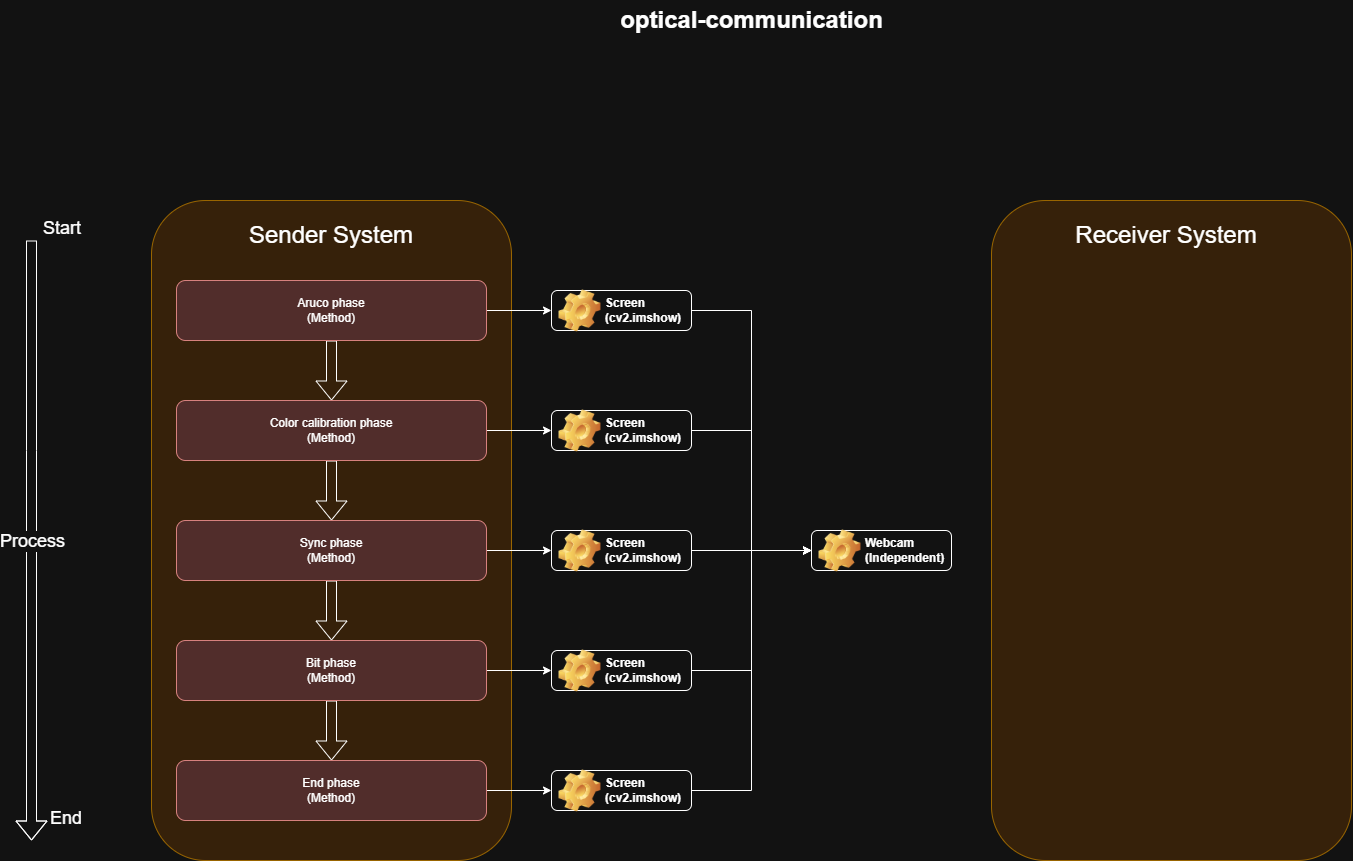
The draw.io diagram maps/optical-communication.png in Loadofspaghetti/Optical-Communication, before a commit. Source tidied: cells renumbered, new cells last; positions are measured from the earlier drawing's top-left corner, leaving out a move shared by most shapes.
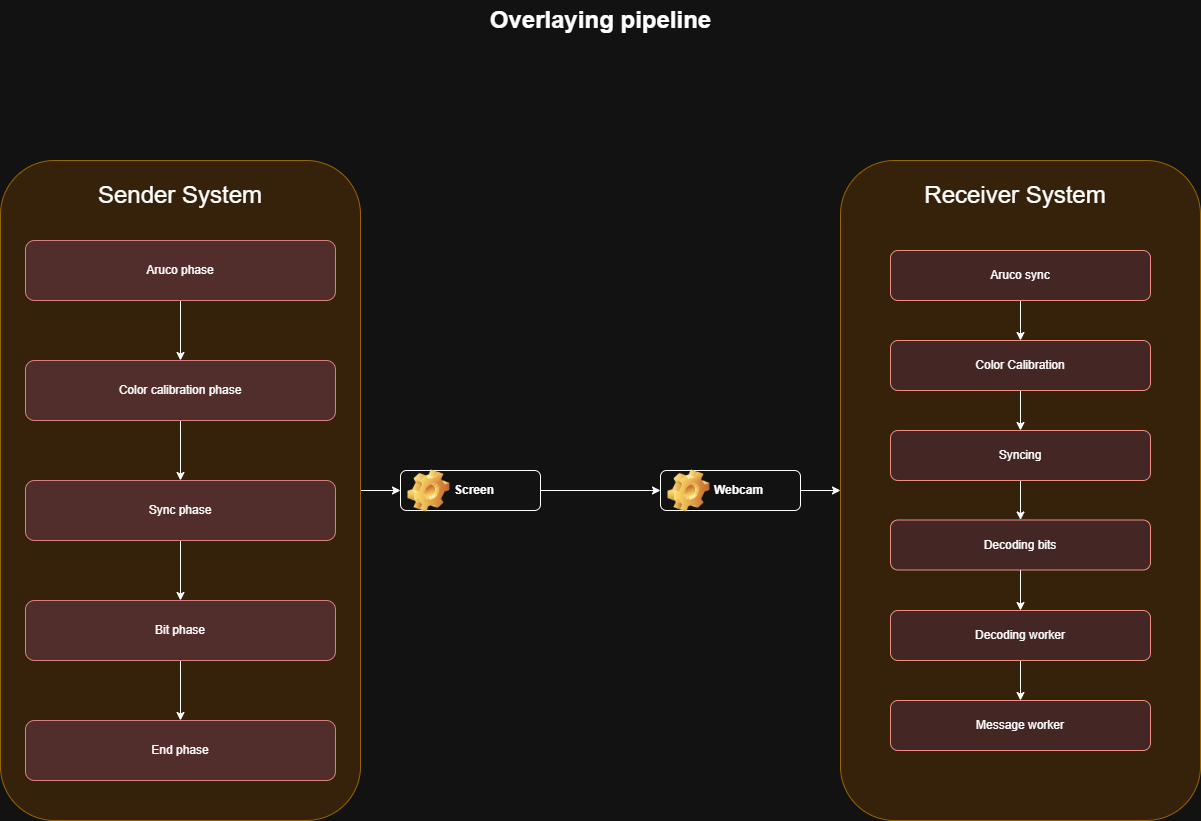
The same file after the commit.

The edit, as a diff of the source:
```diff
@@ -2,117 +2,95 @@
   <root>
     <mxCell id="0" />
     <mxCell id="1" parent="0" />
-    <mxCell id="2" value="optical-communication" style="text;strokeColor=none;fillColor=none;html=1;fontSize=24;fontStyle=1;verticalAlign=middle;align=center;" parent="1" vertex="1">
-      <mxGeometry x="670" width="100" height="40" as="geometry" />
+    <mxCell id="2" value="Overlaying pipeline" style="text;strokeColor=none;fillColor=none;html=1;fontSize=24;fontStyle=1;verticalAlign=middle;align=center;" parent="1" vertex="1">
+      <mxGeometry x="670" y="40" width="100" height="40" as="geometry" />
     </mxCell>
+    <mxCell id="36" style="edgeStyle=orthogonalEdgeStyle;rounded=0;jettySize=auto;html=1;exitX=1;exitY=0.5;exitDx=0;exitDy=0;entryX=0;entryY=0.5;entryDx=0;entryDy=0;" parent="1" edge="1" source="3" target="30">
+      <mxGeometry relative="1" as="geometry" />
+    </mxCell>
-    <mxCell id="3" value="Webcam&lt;div&gt;(Independent)&lt;/div&gt;" style="label;whiteSpace=wrap;html=1;image=img/clipart/Gear_128x128.png;" parent="1" vertex="1">
-      <mxGeometry x="780" y="530" width="140" height="40" as="geometry" />
+    <mxCell id="3" value="Webcam" style="label;whiteSpace=wrap;html=1;image=img/clipart/Gear_128x128.png;" parent="1" vertex="1">
+      <mxGeometry x="780" y="510" width="140" height="40" as="geometry" />
     </mxCell>
+    <mxCell id="37" style="edgeStyle=orthogonalEdgeStyle;rounded=0;jettySize=auto;html=1;exitX=1;exitY=0.5;exitDx=0;exitDy=0;entryX=0;entryY=0.5;entryDx=0;entryDy=0;" parent="1" edge="1" source="4" target="25">
+      <mxGeometry relative="1" as="geometry" />
+    </mxCell>
     <mxCell id="4" style="rounded=1;whiteSpace=wrap;html=1;fillColor=#ffe6cc;strokeColor=#d79b00;horizontal=1;fontStyle=1;spacingTop=1;" parent="1" vertex="1">
       <mxGeometry x="120" y="200" width="360" height="660" as="geometry" />
     </mxCell>
-    <mxCell id="5" style="edgeStyle=orthogonalEdgeStyle;rounded=0;jettySize=auto;html=1;exitX=1;exitY=0.5;exitDx=0;exitDy=0;entryX=0;entryY=0.5;entryDx=0;entryDy=0;" parent="1" edge="1" source="6" target="3">
-      <mxGeometry relative="1" as="geometry" />
-    </mxCell>
-    <mxCell id="6" value="Screen&lt;div&gt;(cv2.imshow)&lt;/div&gt;" style="label;whiteSpace=wrap;html=1;image=img/clipart/Gear_128x128.png;" parent="1" vertex="1">
-      <mxGeometry x="520" y="290" width="140" height="40" as="geometry" />
-    </mxCell>
-    <mxCell id="7" style="edgeStyle=orthogonalEdgeStyle;rounded=0;jettySize=auto;html=1;exitX=0.5;exitY=1;exitDx=0;exitDy=0;entryX=0.5;entryY=0;entryDx=0;entryDy=0;shape=flexArrow;" parent="1" edge="1" source="9" target="12">
+    <mxCell id="7" style="edgeStyle=orthogonalEdgeStyle;rounded=0;jettySize=auto;html=1;exitX=0.5;exitY=1;exitDx=0;exitDy=0;entryX=0.5;entryY=0;entryDx=0;entryDy=0;" parent="1" edge="1" source="9" target="12">
       <mxGeometry relative="1" as="geometry" />
     </mxCell>
-    <mxCell id="8" style="edgeStyle=orthogonalEdgeStyle;rounded=0;jettySize=auto;html=1;exitX=1;exitY=0.5;exitDx=0;exitDy=0;entryX=0;entryY=0.5;entryDx=0;entryDy=0;" parent="1" edge="1" source="9" target="6">
-      <mxGeometry relative="1" as="geometry" />
-    </mxCell>
-    <mxCell id="9" value="Aruco phase&lt;div&gt;(Method)&lt;/div&gt;" style="rounded=1;whiteSpace=wrap;html=1;fillColor=#f8cecc;strokeColor=#b85450;" parent="1" vertex="1">
+    <mxCell id="9" value="Aruco phase" style="rounded=1;whiteSpace=wrap;html=1;fillColor=#f8cecc;strokeColor=#b85450;" parent="1" vertex="1">
       <mxGeometry x="145" y="280" width="310" height="60" as="geometry" />
     </mxCell>
-    <mxCell id="10" style="edgeStyle=orthogonalEdgeStyle;rounded=0;jettySize=auto;html=1;exitX=0.5;exitY=1;exitDx=0;exitDy=0;entryX=0.5;entryY=0;entryDx=0;entryDy=0;shape=flexArrow;" parent="1" edge="1" source="12" target="16">
+    <mxCell id="10" style="edgeStyle=orthogonalEdgeStyle;rounded=0;jettySize=auto;html=1;exitX=0.5;exitY=1;exitDx=0;exitDy=0;entryX=0.5;entryY=0;entryDx=0;entryDy=0;" parent="1" edge="1" source="12" target="16">
       <mxGeometry relative="1" as="geometry" />
     </mxCell>
-    <mxCell id="11" style="edgeStyle=orthogonalEdgeStyle;rounded=0;jettySize=auto;html=1;exitX=1;exitY=0.5;exitDx=0;exitDy=0;entryX=0;entryY=0.5;entryDx=0;entryDy=0;" parent="1" edge="1" source="12" target="23">
-      <mxGeometry relative="1" as="geometry" />
-    </mxCell>
-    <mxCell id="12" value="Color calibration phase&lt;div&gt;(Method)&lt;/div&gt;" style="rounded=1;whiteSpace=wrap;html=1;fillColor=#f8cecc;strokeColor=#b85450;" parent="1" vertex="1">
+    <mxCell id="12" value="Color calibration phase" style="rounded=1;whiteSpace=wrap;html=1;fillColor=#f8cecc;strokeColor=#b85450;" parent="1" vertex="1">
       <mxGeometry x="145" y="400" width="310" height="60" as="geometry" />
     </mxCell>
     <mxCell id="13" value="&lt;font style=&quot;font-size: 24px;&quot;&gt;Sender System&lt;/font&gt;" style="text;html=1;whiteSpace=wrap;strokeColor=none;fillColor=none;align=center;verticalAlign=middle;rounded=0;" parent="1" vertex="1">
       <mxGeometry x="195" y="210" width="210" height="50" as="geometry" />
     </mxCell>
-    <mxCell id="14" style="edgeStyle=orthogonalEdgeStyle;rounded=0;jettySize=auto;html=1;exitX=0.5;exitY=1;exitDx=0;exitDy=0;entryX=0.5;entryY=0;entryDx=0;entryDy=0;shape=flexArrow;" parent="1" edge="1" source="16" target="19">
+    <mxCell id="14" style="edgeStyle=orthogonalEdgeStyle;rounded=0;jettySize=auto;html=1;exitX=0.5;exitY=1;exitDx=0;exitDy=0;entryX=0.5;entryY=0;entryDx=0;entryDy=0;" parent="1" edge="1" source="16" target="19">
       <mxGeometry relative="1" as="geometry" />
     </mxCell>
-    <mxCell id="15" style="edgeStyle=orthogonalEdgeStyle;rounded=0;jettySize=auto;html=1;exitX=1;exitY=0.5;exitDx=0;exitDy=0;entryX=0;entryY=0.5;entryDx=0;entryDy=0;" parent="1" edge="1" source="16" target="25">
-      <mxGeometry relative="1" as="geometry" />
-    </mxCell>
-    <mxCell id="16" value="Sync phase&lt;div&gt;(Method&lt;span style=&quot;background-color: transparent; color: light-dark(rgb(0, 0, 0), rgb(255, 255, 255));&quot;&gt;)&lt;/span&gt;&lt;/div&gt;" style="rounded=1;whiteSpace=wrap;html=1;fillColor=#f8cecc;strokeColor=#b85450;" parent="1" vertex="1">
+    <mxCell id="16" value="Sync phase" style="rounded=1;whiteSpace=wrap;html=1;fillColor=#f8cecc;strokeColor=#b85450;" parent="1" vertex="1">
       <mxGeometry x="145" y="520" width="310" height="60" as="geometry" />
     </mxCell>
-    <mxCell id="17" style="edgeStyle=orthogonalEdgeStyle;rounded=0;jettySize=auto;html=1;exitX=0.5;exitY=1;exitDx=0;exitDy=0;entryX=0.5;entryY=0;entryDx=0;entryDy=0;shape=flexArrow;" parent="1" edge="1" source="19" target="21">
+    <mxCell id="17" style="edgeStyle=orthogonalEdgeStyle;rounded=0;jettySize=auto;html=1;exitX=0.5;exitY=1;exitDx=0;exitDy=0;entryX=0.5;entryY=0;entryDx=0;entryDy=0;" parent="1" edge="1" source="19" target="21">
       <mxGeometry relative="1" as="geometry" />
     </mxCell>
-    <mxCell id="18" style="edgeStyle=orthogonalEdgeStyle;rounded=0;jettySize=auto;html=1;exitX=1;exitY=0.5;exitDx=0;exitDy=0;entryX=0;entryY=0.5;entryDx=0;entryDy=0;" parent="1" edge="1" source="19" target="27">
-      <mxGeometry relative="1" as="geometry" />
-    </mxCell>
-    <mxCell id="19" value="Bit phase&lt;div&gt;(Method)&lt;/div&gt;" style="rounded=1;whiteSpace=wrap;html=1;fillColor=#f8cecc;strokeColor=#b85450;" parent="1" vertex="1">
+    <mxCell id="19" value="Bit phase" style="rounded=1;whiteSpace=wrap;html=1;fillColor=#f8cecc;strokeColor=#b85450;" parent="1" vertex="1">
       <mxGeometry x="145" y="640" width="310" height="60" as="geometry" />
     </mxCell>
-    <mxCell id="20" style="edgeStyle=orthogonalEdgeStyle;rounded=0;jettySize=auto;html=1;exitX=1;exitY=0.5;exitDx=0;exitDy=0;entryX=0;entryY=0.5;entryDx=0;entryDy=0;" parent="1" edge="1" source="21" target="29">
-      <mxGeometry relative="1" as="geometry" />
-    </mxCell>
-    <mxCell id="21" value="End phase&lt;div&gt;(Method)&lt;/div&gt;" style="rounded=1;whiteSpace=wrap;html=1;fillColor=#f8cecc;strokeColor=#b85450;" parent="1" vertex="1">
+    <mxCell id="21" value="End phase" style="rounded=1;whiteSpace=wrap;html=1;fillColor=#f8cecc;strokeColor=#b85450;" parent="1" vertex="1">
       <mxGeometry x="145" y="760" width="310" height="60" as="geometry" />
     </mxCell>
-    <mxCell id="22" style="edgeStyle=orthogonalEdgeStyle;rounded=0;jettySize=auto;html=1;exitX=1;exitY=0.5;exitDx=0;exitDy=0;entryX=0;entryY=0.5;entryDx=0;entryDy=0;" parent="1" edge="1" source="23" target="3">
-      <mxGeometry relative="1" as="geometry" />
-    </mxCell>
-    <mxCell id="23" value="Screen&lt;div&gt;(cv2.imshow)&lt;/div&gt;" style="label;whiteSpace=wrap;html=1;image=img/clipart/Gear_128x128.png;" parent="1" vertex="1">
-      <mxGeometry x="520" y="410" width="140" height="40" as="geometry" />
-    </mxCell>
     <mxCell id="24" style="edgeStyle=orthogonalEdgeStyle;rounded=0;jettySize=auto;html=1;exitX=1;exitY=0.5;exitDx=0;exitDy=0;entryX=0;entryY=0.5;entryDx=0;entryDy=0;" parent="1" edge="1" source="25" target="3">
       <mxGeometry relative="1" as="geometry" />
     </mxCell>
-    <mxCell id="25" value="Screen&lt;div&gt;(cv2.imshow)&lt;/div&gt;" style="label;whiteSpace=wrap;html=1;image=img/clipart/Gear_128x128.png;" parent="1" vertex="1">
-      <mxGeometry x="520" y="530" width="140" height="40" as="geometry" />
+    <mxCell id="25" value="Screen" style="label;whiteSpace=wrap;html=1;image=img/clipart/Gear_128x128.png;" parent="1" vertex="1">
+      <mxGeometry x="520" y="510" width="140" height="40" as="geometry" />
     </mxCell>
-    <mxCell id="26" style="edgeStyle=orthogonalEdgeStyle;rounded=0;jettySize=auto;html=1;exitX=1;exitY=0.5;exitDx=0;exitDy=0;entryX=0;entryY=0.5;entryDx=0;entryDy=0;" parent="1" edge="1" source="27" target="3">
-      <mxGeometry relative="1" as="geometry" />
-    </mxCell>
-    <mxCell id="27" value="Screen&lt;div&gt;(cv2.imshow)&lt;/div&gt;" style="label;whiteSpace=wrap;html=1;image=img/clipart/Gear_128x128.png;" parent="1" vertex="1">
-      <mxGeometry x="520" y="650" width="140" height="40" as="geometry" />
-    </mxCell>
-    <mxCell id="28" style="edgeStyle=orthogonalEdgeStyle;rounded=0;jettySize=auto;html=1;exitX=1;exitY=0.5;exitDx=0;exitDy=0;entryX=0;entryY=0.5;entryDx=0;entryDy=0;" parent="1" edge="1" source="29" target="3">
-      <mxGeometry relative="1" as="geometry" />
-    </mxCell>
-    <mxCell id="29" value="Screen&lt;div&gt;(cv2.imshow)&lt;/div&gt;" style="label;whiteSpace=wrap;html=1;image=img/clipart/Gear_128x128.png;" parent="1" vertex="1">
-      <mxGeometry x="520" y="770" width="140" height="40" as="geometry" />
-    </mxCell>
     <mxCell id="30" style="rounded=1;whiteSpace=wrap;html=1;fillColor=#ffe6cc;strokeColor=#d79b00;horizontal=1;fontStyle=1;spacingTop=1;" parent="1" vertex="1">
       <mxGeometry x="960" y="200" width="360" height="660" as="geometry" />
     </mxCell>
     <mxCell id="31" value="&lt;font style=&quot;font-size: 24px;&quot;&gt;Receiver System&lt;/font&gt;" style="text;html=1;whiteSpace=wrap;strokeColor=none;fillColor=none;align=center;verticalAlign=middle;rounded=0;" parent="1" vertex="1">
       <mxGeometry x="990" y="220" width="290" height="30" as="geometry" />
     </mxCell>
-    <mxCell id="32" style="endArrow=classic;html=1;rounded=0;shape=flexArrow;" parent="1" edge="1">
-      <mxGeometry relative="1" as="geometry">
-        <mxPoint y="240" as="sourcePoint" />
-        <mxPoint y="840" as="targetPoint" />
-        <Array as="points">
-          <mxPoint y="450" />
-        </Array>
-      </mxGeometry>
-    </mxCell>
-    <mxCell id="33" value="&lt;font style=&quot;font-size: 18px;&quot;&gt;Process&lt;/font&gt;" style="edgeLabel;html=1;align=center;verticalAlign=middle;" parent="32" vertex="1">
-      <mxGeometry relative="1" as="geometry" />
-    </mxCell>
-    <mxCell id="34" value="&lt;font style=&quot;font-size: 18px;&quot;&gt;Start&lt;/font&gt;" style="edgeLabel;html=1;align=left;verticalAlign=bottom;" parent="32" vertex="1">
-      <mxGeometry x="-1" relative="1" as="geometry">
-        <mxPoint x="10" as="offset" />
-      </mxGeometry>
-    </mxCell>
-    <mxCell id="35" value="&lt;span style=&quot;font-size: 18px;&quot;&gt;End&lt;/span&gt;" style="edgeLabel;html=1;align=right;verticalAlign=bottom;rotation=0;" parent="32" vertex="1">
-      <mxGeometry x="1" relative="1" as="geometry">
-        <mxPoint x="50" y="-10" as="offset" />
-      </mxGeometry>
-    </mxCell>
+    <mxCell id="38" style="edgeStyle=orthogonalEdgeStyle;rounded=0;jettySize=auto;html=1;exitX=0.5;exitY=1;exitDx=0;exitDy=0;entryX=0.5;entryY=0;entryDx=0;entryDy=0;" parent="1" edge="1" source="39" target="41">
+      <mxGeometry relative="1" as="geometry" />
+    </mxCell>
+    <mxCell id="39" value="Aruco sync" style="rounded=1;whiteSpace=wrap;html=1;fillColor=#fad9d5;strokeColor=#ae4132;" parent="1" vertex="1">
+      <mxGeometry x="1010" y="290" width="260" height="50" as="geometry" />
+    </mxCell>
+    <mxCell id="40" style="edgeStyle=orthogonalEdgeStyle;rounded=0;jettySize=auto;html=1;exitX=0.5;exitY=1;exitDx=0;exitDy=0;entryX=0.5;entryY=0;entryDx=0;entryDy=0;" parent="1" edge="1" source="41" target="43">
+      <mxGeometry relative="1" as="geometry" />
+    </mxCell>
+    <mxCell id="41" value="Color Calibration" style="rounded=1;whiteSpace=wrap;html=1;fillColor=#fad9d5;strokeColor=#ae4132;" parent="1" vertex="1">
+      <mxGeometry x="1010" y="380" width="260" height="50" as="geometry" />
+    </mxCell>
+    <mxCell id="42" style="edgeStyle=orthogonalEdgeStyle;rounded=0;jettySize=auto;html=1;exitX=0.5;exitY=1;exitDx=0;exitDy=0;entryX=0.5;entryY=0;entryDx=0;entryDy=0;" parent="1" edge="1" source="43" target="45">
+      <mxGeometry relative="1" as="geometry" />
+    </mxCell>
+    <mxCell id="43" value="Syncing" style="rounded=1;whiteSpace=wrap;html=1;fillColor=#fad9d5;strokeColor=#ae4132;" parent="1" vertex="1">
+      <mxGeometry x="1010" y="470" width="260" height="50" as="geometry" />
+    </mxCell>
+    <mxCell id="44" style="edgeStyle=orthogonalEdgeStyle;rounded=0;jettySize=auto;html=1;exitX=0.5;exitY=1;exitDx=0;exitDy=0;entryX=0.5;entryY=0;entryDx=0;entryDy=0;" parent="1" edge="1" source="45" target="47">
+      <mxGeometry relative="1" as="geometry" />
+    </mxCell>
+    <mxCell id="45" value="Decoding bits" style="rounded=1;whiteSpace=wrap;html=1;fillColor=#fad9d5;strokeColor=#ae4132;" parent="1" vertex="1">
+      <mxGeometry x="1010" y="559.5" width="260" height="50" as="geometry" />
+    </mxCell>
+    <mxCell id="46" style="edgeStyle=orthogonalEdgeStyle;rounded=0;jettySize=auto;html=1;exitX=0.5;exitY=1;exitDx=0;exitDy=0;entryX=0.5;entryY=0;entryDx=0;entryDy=0;" parent="1" edge="1" source="47" target="48">
+      <mxGeometry relative="1" as="geometry" />
+    </mxCell>
+    <mxCell id="47" value="Decoding worker" style="rounded=1;whiteSpace=wrap;html=1;fillColor=#fad9d5;strokeColor=#ae4132;" parent="1" vertex="1">
+      <mxGeometry x="1010" y="650" width="260" height="50" as="geometry" />
+    </mxCell>
+    <mxCell id="48" value="Message worker" style="rounded=1;whiteSpace=wrap;html=1;fillColor=#fad9d5;strokeColor=#ae4132;" parent="1" vertex="1">
+      <mxGeometry x="1010" y="740" width="260" height="50" as="geometry" />
+    </mxCell>
   </root>
 </mxGraphModel>
```
